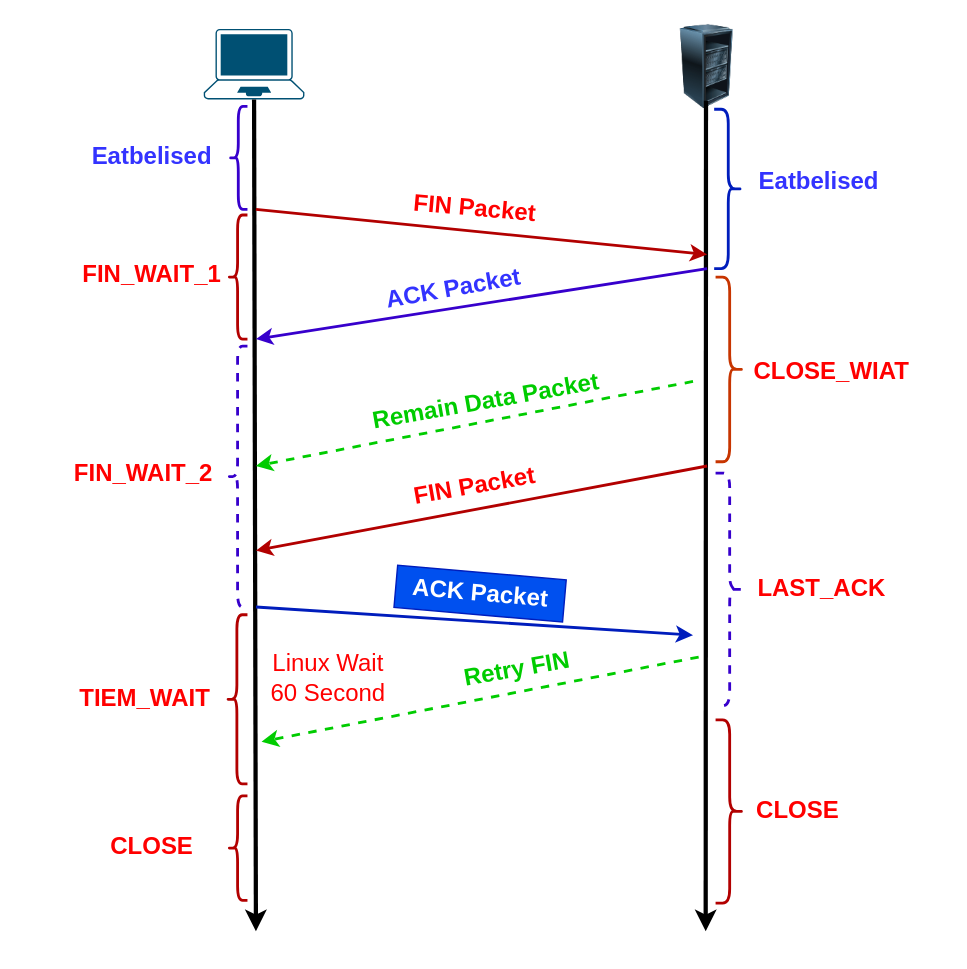
The draw.io diagram tcp-close-connect.drawio in auula/draw.io, before the edit. Source tidied: cells renumbered, new cells numbered last; positions are measured from the earlier drawing's top-left corner, leaving out a move shared by most shapes. Both pictures are drawn from the tidied source at 141%, with x=0, y=0 at pixel (58, 24).
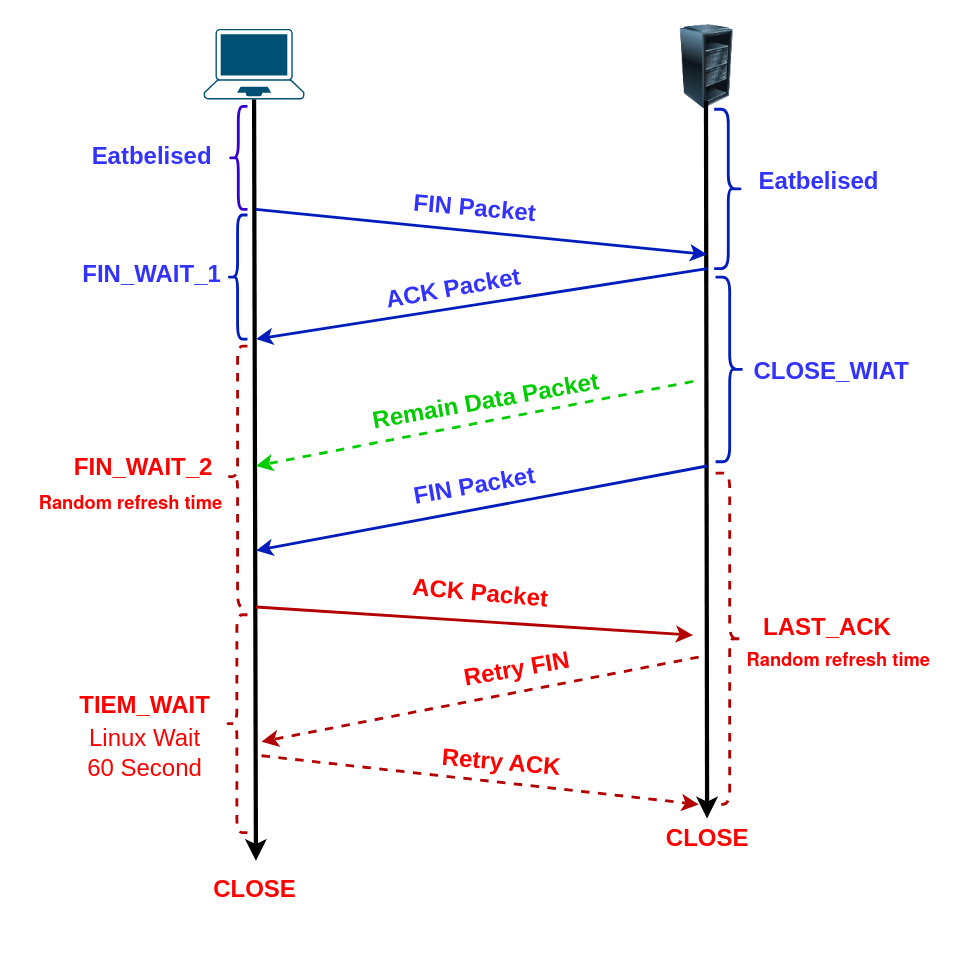
After the change.

Unchanged cells that the change refers to:
```xml
<mxCell id="2" style="points=[[0.13,0.02,0],[0.5,0,0],[0.87,0.02,0],[0.885,0.4,0],[0.985,0.985,0],[0.5,1,0],[0.015,0.985,0],[0.115,0.4,0]];verticalLabelPosition=bottom;sketch=0;html=1;verticalAlign=top;align=center;shape=mxgraph.cisco19.laptop;fillColor=#005073;strokeColor=none;" parent="1" vertex="1">
  <mxGeometry x="103" y="3" width="71.4" height="50" as="geometry" />
</mxCell>
```

Diff of the diagram source:
```diff
@@
     <mxCell id="4" style="endArrow=classic;html=1;rounded=0;exitX=0.5;exitY=1;exitDx=0;exitDy=0;exitPerimeter=0;strokeWidth=3;" parent="1" edge="1" source="2">
       <mxGeometry relative="1" as="geometry">
-        <mxPoint x="140" y="643" as="targetPoint" />
+        <mxPoint x="140" y="593" as="targetPoint" />
       </mxGeometry>
     </mxCell>
     <mxCell id="5" style="endArrow=classic;html=1;rounded=0;exitX=0.5;exitY=1;exitDx=0;exitDy=0;exitPerimeter=0;strokeWidth=3;" parent="1" edge="1">
       <mxGeometry relative="1" as="geometry">
         <mxPoint x="459.2" y="54" as="sourcePoint" />
-        <mxPoint x="459" y="643" as="targetPoint" />
+        <mxPoint x="460" y="563" as="targetPoint" />
       </mxGeometry>
     </mxCell>
-    <mxCell id="6" style="endArrow=classic;html=1;rounded=0;strokeWidth=2;fillColor=#e51400;strokeColor=#B20000;" parent="1" edge="1">
+    <mxCell id="6" style="endArrow=classic;html=1;rounded=0;strokeWidth=2;fillColor=#0050ef;strokeColor=#001DBC;" parent="1" edge="1">
       <mxGeometry relative="1" as="geometry">
         <mxPoint x="140" y="131" as="sourcePoint" />
         <mxPoint x="460" y="163" as="targetPoint" />
       </mxGeometry>
     </mxCell>
@@
-    <mxCell id="11" value="&lt;b&gt;&lt;font color=&quot;#ff0000&quot;&gt;FIN Packet&lt;/font&gt;&lt;/b&gt;" style="text;html=1;align=center;verticalAlign=middle;strokeColor=none;fillColor=none;fontSize=17;fontColor=#3333FF;rotation=5;" parent="1" vertex="1">
+    <mxCell id="11" value="&lt;b&gt;FIN Packet&lt;/b&gt;" style="text;html=1;align=center;verticalAlign=middle;strokeColor=none;fillColor=none;fontSize=17;fontColor=#3333FF;rotation=5;" parent="1" vertex="1">
       <mxGeometry x="240" y="116" width="110" height="30" as="geometry" />
     </mxCell>
-    <mxCell id="12" style="shape=curlyBracket;whiteSpace=wrap;html=1;rounded=1;fontSize=17;fontColor=#ffffff;strokeWidth=2;fillColor=#e51400;strokeColor=#B20000;" parent="1" vertex="1">
+    <mxCell id="12" style="shape=curlyBracket;whiteSpace=wrap;html=1;rounded=1;fontSize=17;fontColor=#ffffff;strokeWidth=2;fillColor=#0050ef;strokeColor=#001DBC;" parent="1" vertex="1">
       <mxGeometry x="120" y="135" width="14" height="88" as="geometry" />
     </mxCell>
-    <mxCell id="13" value="&lt;b&gt;FIN_WAIT_1&lt;/b&gt;" style="text;html=1;align=center;verticalAlign=middle;strokeColor=none;fillColor=none;fontSize=17;fontColor=#FF0000;" parent="1" vertex="1">
+    <mxCell id="13" value="&lt;b&gt;&lt;font color=&quot;#3333ff&quot;&gt;FIN_WAIT_1&lt;/font&gt;&lt;/b&gt;" style="text;html=1;align=center;verticalAlign=middle;strokeColor=none;fillColor=none;fontSize=17;fontColor=#FF0000;" parent="1" vertex="1">
       <mxGeometry x="6" y="163" width="120" height="30" as="geometry" />
     </mxCell>
-    <mxCell id="14" style="endArrow=classic;html=1;rounded=0;fontSize=17;fontColor=#FF0000;strokeWidth=2;fillColor=#6a00ff;strokeColor=#3700CC;" parent="1" edge="1">
+    <mxCell id="14" style="endArrow=classic;html=1;rounded=0;fontSize=17;fontColor=#FF0000;strokeWidth=2;fillColor=#0050ef;strokeColor=#001DBC;" parent="1" edge="1">
       <mxGeometry relative="1" as="geometry">
         <mxPoint x="460" y="173" as="sourcePoint" />
         <mxPoint x="140" y="223" as="targetPoint" />
       </mxGeometry>
     </mxCell>
@@
-    <mxCell id="16" style="shape=curlyBracket;whiteSpace=wrap;html=1;rounded=1;fontSize=17;fontColor=#ffffff;strokeWidth=2;fillColor=#6a00ff;strokeColor=#3700CC;dashed=1;" parent="1" vertex="1">
+    <mxCell id="16" style="shape=curlyBracket;whiteSpace=wrap;html=1;rounded=1;fontSize=17;fontColor=#ffffff;strokeWidth=2;fillColor=#e51400;strokeColor=#B20000;dashed=1;" parent="1" vertex="1">
       <mxGeometry x="120" y="228" width="14" height="185" as="geometry" />
     </mxCell>
     <mxCell id="17" value="&lt;b&gt;FIN_WAIT_2&lt;/b&gt;" style="text;html=1;align=center;verticalAlign=middle;strokeColor=none;fillColor=none;fontSize=17;fontColor=#FF0000;" parent="1" vertex="1">
-      <mxGeometry y="303.5" width="120" height="30" as="geometry" />
+      <mxGeometry y="299.5" width="120" height="30" as="geometry" />
     </mxCell>
-    <mxCell id="18" style="shape=curlyBracket;whiteSpace=wrap;html=1;rounded=1;flipH=1;fontSize=17;fontColor=#000000;strokeWidth=2;fillColor=#fa6800;strokeColor=#C73500;" parent="1" vertex="1">
+    <mxCell id="18" style="shape=curlyBracket;whiteSpace=wrap;html=1;rounded=1;flipH=1;fontSize=17;fontColor=#ffffff;strokeWidth=2;fillColor=#0050ef;strokeColor=#001DBC;" parent="1" vertex="1">
       <mxGeometry x="466" y="179" width="20" height="131" as="geometry" />
     </mxCell>
-    <mxCell id="19" value="&lt;b&gt;&lt;font color=&quot;#ff0000&quot;&gt;CLOSE_WIAT&lt;/font&gt;&lt;/b&gt;" style="text;html=1;align=center;verticalAlign=middle;strokeColor=none;fillColor=none;fontSize=17;fontColor=#3333FF;" parent="1" vertex="1">
+    <mxCell id="19" value="&lt;b&gt;CLOSE_WIAT&lt;/b&gt;" style="text;html=1;align=center;verticalAlign=middle;strokeColor=none;fillColor=none;fontSize=17;fontColor=#3333FF;" parent="1" vertex="1">
       <mxGeometry x="483" y="232" width="130" height="30" as="geometry" />
     </mxCell>
@@
-    <mxCell id="22" style="endArrow=classic;html=1;rounded=0;fontSize=17;fontColor=#00CC00;strokeColor=#B20000;strokeWidth=2;fillColor=#e51400;" parent="1" edge="1">
+    <mxCell id="22" style="endArrow=classic;html=1;rounded=0;fontSize=17;fontColor=#00CC00;strokeColor=#001DBC;strokeWidth=2;fillColor=#0050ef;" parent="1" edge="1">
       <mxGeometry relative="1" as="geometry">
         <mxPoint x="460" y="313" as="sourcePoint" />
         <mxPoint x="140" y="373" as="targetPoint" />
       </mxGeometry>
     </mxCell>
-    <mxCell id="23" value="&lt;b&gt;&lt;font color=&quot;#ff0000&quot;&gt;FIN Packet&lt;/font&gt;&lt;/b&gt;" style="text;html=1;align=center;verticalAlign=middle;strokeColor=none;fillColor=none;fontSize=17;fontColor=#00CC00;rotation=-10;" parent="1" vertex="1">
+    <mxCell id="23" value="&lt;b&gt;&lt;font color=&quot;#3333ff&quot;&gt;FIN Packet&lt;/font&gt;&lt;/b&gt;" style="text;html=1;align=center;verticalAlign=middle;strokeColor=none;fillColor=none;fontSize=17;fontColor=#00CC00;rotation=-10;" parent="1" vertex="1">
       <mxGeometry x="240" y="313" width="110" height="30" as="geometry" />
     </mxCell>
-    <mxCell id="24" style="shape=curlyBracket;whiteSpace=wrap;html=1;rounded=1;flipH=1;fontSize=17;fontColor=#ffffff;strokeWidth=2;fillColor=#6a00ff;strokeColor=#3700CC;dashed=1;" parent="1" vertex="1">
-      <mxGeometry x="466" y="318" width="20" height="165" as="geometry" />
+    <mxCell id="24" style="shape=curlyBracket;whiteSpace=wrap;html=1;rounded=1;flipH=1;fontSize=17;fontColor=#ffffff;strokeWidth=2;fillColor=#e51400;strokeColor=#B20000;dashed=1;" parent="1" vertex="1">
+      <mxGeometry x="466" y="318" width="20" height="235" as="geometry" />
     </mxCell>
     <mxCell id="25" value="&lt;b&gt;LAST_ACK&lt;/b&gt;" style="text;html=1;align=center;verticalAlign=middle;strokeColor=none;fillColor=none;fontSize=17;fontColor=#FF0000;" parent="1" vertex="1">
-      <mxGeometry x="486" y="385.5" width="110" height="30" as="geometry" />
+      <mxGeometry x="490" y="412.5" width="110" height="30" as="geometry" />
     </mxCell>
-    <mxCell id="26" style="endArrow=classic;html=1;rounded=0;fontSize=17;fontColor=#FF0000;strokeColor=#001DBC;strokeWidth=2;fillColor=#0050ef;" parent="1" edge="1">
+    <mxCell id="26" style="endArrow=classic;html=1;rounded=0;fontSize=17;fontColor=#FF0000;strokeColor=#B20000;strokeWidth=2;fillColor=#e51400;" parent="1" edge="1">
       <mxGeometry relative="1" as="geometry">
         <mxPoint x="140" y="413" as="sourcePoint" />
         <mxPoint x="450" y="433" as="targetPoint" />
       </mxGeometry>
     </mxCell>
-    <mxCell id="27" value="&lt;b&gt;ACK Packet&lt;/b&gt;" style="text;html=1;align=center;verticalAlign=middle;strokeColor=#001DBC;fillColor=#0050ef;fontSize=17;fontColor=#ffffff;rotation=5;" parent="1" vertex="1">
+    <mxCell id="27" value="&lt;b&gt;&lt;font color=&quot;#ff0000&quot;&gt;ACK Packet&lt;/font&gt;&lt;/b&gt;" style="text;html=1;align=center;verticalAlign=middle;strokeColor=none;fillColor=none;fontSize=17;fontColor=#ffffff;rotation=5;" parent="1" vertex="1">
       <mxGeometry x="239" y="388.5" width="120" height="30" as="geometry" />
     </mxCell>
-    <mxCell id="28" style="shape=curlyBracket;whiteSpace=wrap;html=1;rounded=1;labelBackgroundColor=#FF0000;fontSize=17;strokeWidth=2;fillColor=#e51400;strokeColor=#B20000;fontColor=#ffffff;" parent="1" vertex="1">
-      <mxGeometry x="119" y="418.5" width="15" height="120" as="geometry" />
+    <mxCell id="28" style="shape=curlyBracket;whiteSpace=wrap;html=1;rounded=1;labelBackgroundColor=#FF0000;fontSize=17;strokeWidth=2;fillColor=#e51400;strokeColor=#B20000;fontColor=#ffffff;dashed=1;" parent="1" vertex="1">
+      <mxGeometry x="119" y="418.5" width="15" height="154.5" as="geometry" />
     </mxCell>
     <mxCell id="29" value="&lt;b&gt;TIEM_WAIT&lt;/b&gt;" style="text;html=1;align=center;verticalAlign=middle;strokeColor=none;fillColor=none;fontSize=17;fontColor=#FF0000;" parent="1" vertex="1">
-      <mxGeometry x="1" y="463.5" width="120" height="30" as="geometry" />
+      <mxGeometry x="1" y="468.8" width="120" height="30" as="geometry" />
     </mxCell>
-    <mxCell id="30" style="shape=curlyBracket;whiteSpace=wrap;html=1;rounded=1;flipH=1;labelBackgroundColor=#FF0000;fontSize=17;fontColor=#ffffff;strokeWidth=2;fillColor=#e51400;strokeColor=#B20000;" parent="1" vertex="1">
-      <mxGeometry x="466" y="493" width="20" height="130" as="geometry" />
-    </mxCell>
     <mxCell id="31" value="&lt;b&gt;CLOSE&lt;/b&gt;" style="text;html=1;align=center;verticalAlign=middle;strokeColor=none;fillColor=none;fontSize=17;fontColor=#FF0000;" parent="1" vertex="1">
-      <mxGeometry x="484" y="543" width="80" height="30" as="geometry" />
+      <mxGeometry x="420" y="563" width="80" height="30" as="geometry" />
     </mxCell>
     <mxCell id="32" value="Linux Wait&lt;br&gt;60 Second" style="text;html=1;align=center;verticalAlign=middle;strokeColor=none;fillColor=none;fontSize=17;fontColor=#FF0000;" parent="1" vertex="1">
-      <mxGeometry x="141" y="439" width="100" height="50" as="geometry" />
+      <mxGeometry x="11" y="491.8" width="100" height="50" as="geometry" />
     </mxCell>
-    <mxCell id="33" style="shape=curlyBracket;whiteSpace=wrap;html=1;rounded=1;labelBackgroundColor=#FF0000;fontSize=17;fontColor=#ffffff;strokeWidth=2;fillColor=#e51400;strokeColor=#B20000;" parent="1" vertex="1">
-      <mxGeometry x="120" y="547" width="14" height="74" as="geometry" />
-    </mxCell>
     <mxCell id="34" value="&lt;b&gt;CLOSE&lt;/b&gt;" style="text;html=1;align=center;verticalAlign=middle;strokeColor=none;fillColor=none;fontSize=17;fontColor=#FF0000;" parent="1" vertex="1">
-      <mxGeometry x="26" y="569" width="80" height="30" as="geometry" />
+      <mxGeometry x="98.7" y="599" width="80" height="30" as="geometry" />
     </mxCell>
-    <mxCell id="35" style="endArrow=classic;html=1;rounded=0;fontSize=17;fontColor=#FF0000;strokeWidth=2;fillColor=#60a917;strokeColor=#00CC00;dashed=1;" parent="1" edge="1">
+    <mxCell id="35" style="endArrow=classic;html=1;rounded=0;fontSize=17;fontColor=#FF0000;strokeWidth=2;fillColor=#e51400;strokeColor=#B20000;dashed=1;" parent="1" edge="1">
       <mxGeometry relative="1" as="geometry">
         <mxPoint x="454" y="448.5" as="sourcePoint" />
         <mxPoint x="144" y="508.5" as="targetPoint" />
       </mxGeometry>
     </mxCell>
-    <mxCell id="36" value="&lt;font color=&quot;#00cc00&quot;&gt;&lt;b&gt;Retry FIN&lt;/b&gt;&lt;/font&gt;" style="text;html=1;align=center;verticalAlign=middle;strokeColor=none;fillColor=none;fontSize=17;fontColor=#FF0000;rotation=-10;" parent="1" vertex="1">
+    <mxCell id="36" value="&lt;b style=&quot;&quot;&gt;Retry FIN&lt;/b&gt;" style="text;html=1;align=center;verticalAlign=middle;strokeColor=none;fillColor=none;fontSize=17;fontColor=#FF0000;rotation=-10;" parent="1" vertex="1">
       <mxGeometry x="275" y="443" width="100" height="30" as="geometry" />
     </mxCell>
+    <mxCell id="37" style="endArrow=classic;html=1;rounded=0;fontSize=17;fontColor=#FF0000;strokeColor=#B20000;strokeWidth=2;fillColor=#e51400;dashed=1;" parent="1" edge="1">
+      <mxGeometry relative="1" as="geometry">
+        <mxPoint x="144" y="518.5" as="sourcePoint" />
+        <mxPoint x="454" y="553" as="targetPoint" />
+      </mxGeometry>
+    </mxCell>
+    <mxCell id="38" value="&lt;b&gt;&lt;font color=&quot;#ff0000&quot;&gt;Retry ACK&lt;/font&gt;&lt;/b&gt;" style="text;html=1;align=center;verticalAlign=middle;strokeColor=none;fillColor=none;fontSize=17;fontColor=#ffffff;rotation=5;" parent="1" vertex="1">
+      <mxGeometry x="259" y="508.5" width="110" height="30" as="geometry" />
+    </mxCell>
+    <mxCell id="39" value="&lt;span style=&quot;font-family: &amp;quot;Helvetica Neue&amp;quot;, Helvetica, Arial, &amp;quot;Hiragino Sans GB&amp;quot;, &amp;quot;Hiragino Sans GB W3&amp;quot;, &amp;quot;Microsoft YaHei UI&amp;quot;, &amp;quot;Microsoft YaHei&amp;quot;, sans-serif; font-size: 13px; text-align: start;&quot;&gt;&lt;b style=&quot;&quot;&gt;&lt;font color=&quot;#ff0000&quot;&gt;Random refresh time&lt;/font&gt;&lt;/b&gt;&lt;/span&gt;" style="text;html=1;align=center;verticalAlign=middle;strokeColor=none;fillColor=none;fontSize=17;fontColor=#3333FF;" parent="1" vertex="1">
+      <mxGeometry x="478" y="434.8" width="150" height="30" as="geometry" />
+    </mxCell>
+    <mxCell id="40" value="&lt;span style=&quot;font-family: &amp;quot;Helvetica Neue&amp;quot;, Helvetica, Arial, &amp;quot;Hiragino Sans GB&amp;quot;, &amp;quot;Hiragino Sans GB W3&amp;quot;, &amp;quot;Microsoft YaHei UI&amp;quot;, &amp;quot;Microsoft YaHei&amp;quot;, sans-serif; font-size: 13px; text-align: start;&quot;&gt;&lt;b style=&quot;&quot;&gt;&lt;font color=&quot;#ff0000&quot;&gt;Random refresh time&lt;/font&gt;&lt;/b&gt;&lt;/span&gt;" style="text;html=1;align=center;verticalAlign=middle;strokeColor=none;fillColor=none;fontSize=17;fontColor=#3333FF;" parent="1" vertex="1">
+      <mxGeometry x="-24" y="324" width="150" height="30" as="geometry" />
+    </mxCell>
```
